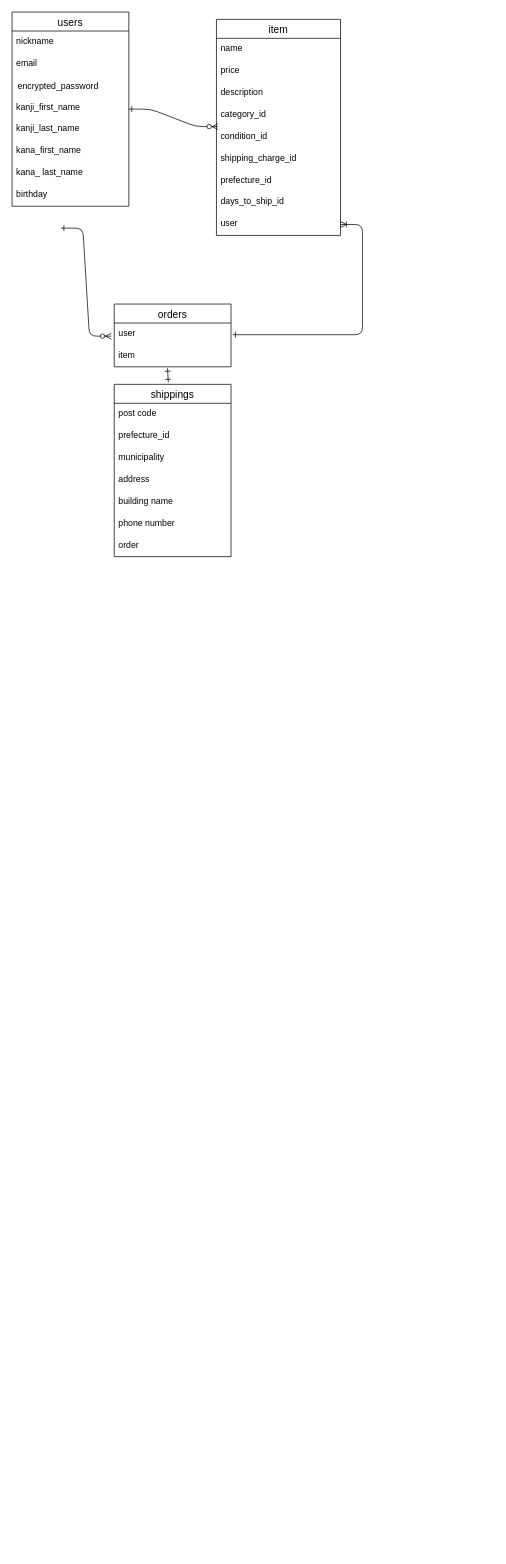
The draw.io diagram test.dio in jinkorotan/furima-37447, before the edit. Source tidied: cells renumbered, new cells numbered last; positions are measured from the earlier drawing's top-left corner, leaving out a move shared by most shapes. Both pictures are drawn from the tidied source at 73%, with x=0, y=0 at pixel (12, 12).
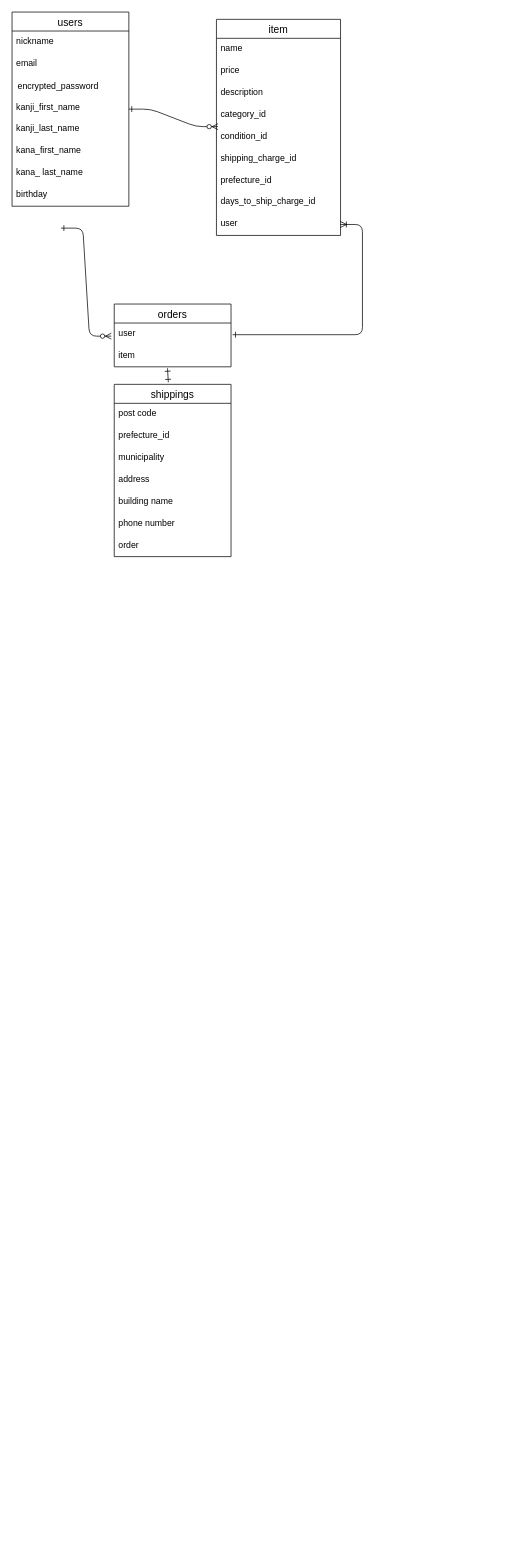
Above is the later version.

Unchanged cells that the change refers to:
```xml
<mxCell id="11" value="item" style="swimlane;fontStyle=0;horizontal=1;startSize=26;align=center;fontSize=14;" parent="1" vertex="1">
  <mxGeometry x="280" y="10" width="170" height="296" as="geometry" />
</mxCell>
```

The edit, as a diff of the source:
```diff
@@
-    <mxCell id="19" value="days_to_ship_id" style="text;strokeColor=none;fillColor=none;spacingLeft=4;spacingRight=4;overflow=hidden;fontSize=12;" parent="11" vertex="1">
+    <mxCell id="19" value="days_to_ship_charge_id" style="text;strokeColor=none;fillColor=none;spacingLeft=4;spacingRight=4;overflow=hidden;fontSize=12;" parent="11" vertex="1">
       <mxGeometry y="236" width="170" height="30" as="geometry" />
     </mxCell>
```
